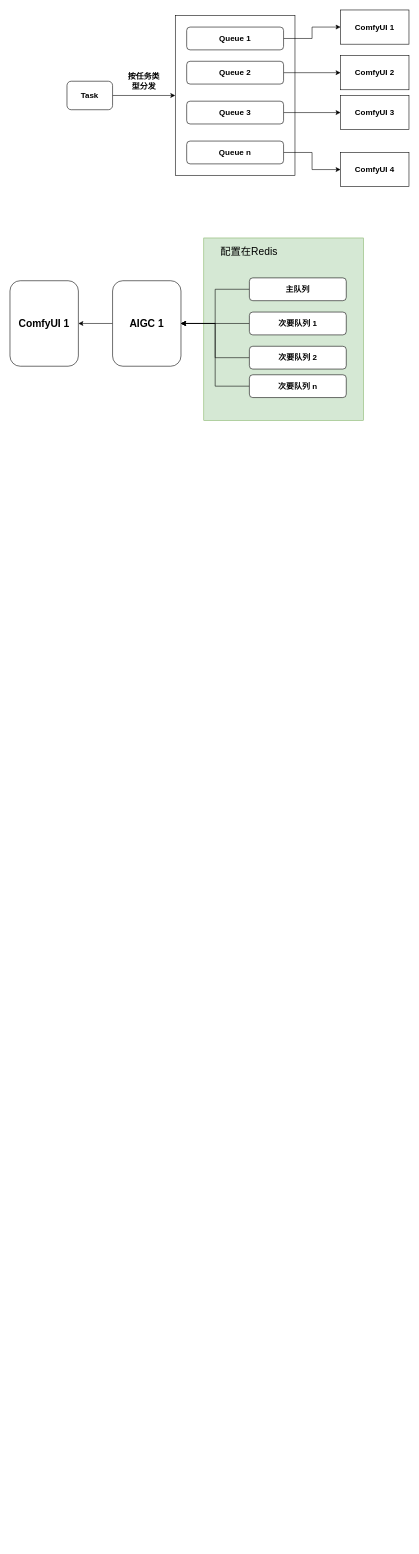
Before: longpean/AIGC服务监控预警.drawio in GitHeP/diagrams, a draw.io diagram. Source tidied: cells renumbered, new cells numbered last; positions are measured from the earlier drawing's top-left corner, leaving out a move shared by most shapes. Both pictures are drawn from the tidied source at 57%, with x=0, y=0 at pixel (10, 10).
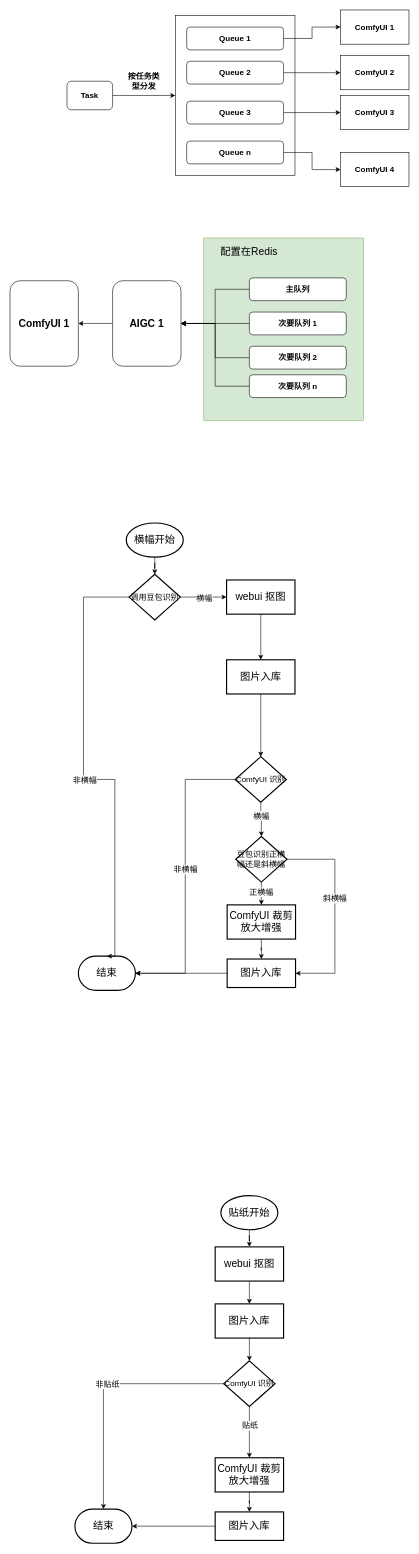
The same diagram, later.

Commit message:
更新AIGC服务监控预警.drawio

Diff of the diagram source:
```diff
@@
+    <mxCell id="31" style="edgeStyle=orthogonalEdgeStyle;rounded=0;jettySize=auto;html=1;" parent="1" edge="1" source="32" target="35">
+      <mxGeometry relative="1" as="geometry" />
+    </mxCell>
+    <mxCell id="32" value="&lt;font style=&quot;font-size: 18px;&quot;&gt;横幅开始&lt;/font&gt;" style="strokeWidth=2;html=1;shape=mxgraph.flowchart.start_1;whiteSpace=wrap;" parent="1" vertex="1">
+      <mxGeometry x="204" y="900" width="100" height="60" as="geometry" />
+    </mxCell>
+    <mxCell id="33" style="edgeStyle=orthogonalEdgeStyle;rounded=0;jettySize=auto;html=1;" parent="1" edge="1" source="35" target="40">
+      <mxGeometry relative="1" as="geometry" />
+    </mxCell>
+    <mxCell id="34" value="&lt;font style=&quot;font-size: 14px;&quot;&gt;横幅&lt;/font&gt;" style="edgeLabel;html=1;align=center;verticalAlign=middle;" parent="33" vertex="1">
+      <mxGeometry x="0.01" y="-2" relative="1" as="geometry" />
+    </mxCell>
+    <mxCell id="35" value="&lt;font style=&quot;font-size: 14px;&quot;&gt;调用豆包识别&lt;/font&gt;" style="rhombus;whiteSpace=wrap;html=1;strokeWidth=2;" parent="1" vertex="1">
+      <mxGeometry x="209" y="990" width="90" height="80" as="geometry" />
+    </mxCell>
+    <mxCell id="36" value="&lt;font style=&quot;font-size: 18px;&quot;&gt;结束&lt;/font&gt;" style="strokeWidth=2;html=1;shape=mxgraph.flowchart.terminator;whiteSpace=wrap;" parent="1" vertex="1">
+      <mxGeometry x="120" y="1660" width="100" height="60" as="geometry" />
+    </mxCell>
+    <mxCell id="37" style="edgeStyle=orthogonalEdgeStyle;rounded=0;jettySize=auto;html=1;entryX=0.5;entryY=0;entryDx=0;entryDy=0;entryPerimeter=0;exitX=0;exitY=0.5;exitDx=0;exitDy=0;" parent="1" edge="1" source="35" target="36">
+      <mxGeometry relative="1" as="geometry">
+        <Array as="points">
+          <mxPoint x="129" y="1030" />
+          <mxPoint x="129" y="1350" />
+          <mxPoint x="184" y="1350" />
+        </Array>
+      </mxGeometry>
+    </mxCell>
+    <mxCell id="38" value="&lt;font style=&quot;font-size: 14px;&quot;&gt;非横幅&lt;/font&gt;" style="edgeLabel;html=1;align=center;verticalAlign=middle;" parent="37" vertex="1">
+      <mxGeometry x="0.03" relative="1" as="geometry" />
+    </mxCell>
+    <mxCell id="39" style="edgeStyle=orthogonalEdgeStyle;rounded=0;jettySize=auto;html=1;" parent="1" edge="1" source="40" target="42">
+      <mxGeometry relative="1" as="geometry" />
+    </mxCell>
+    <mxCell id="40" value="&lt;font style=&quot;font-size: 18px;&quot;&gt;webui 抠图&lt;/font&gt;" style="whiteSpace=wrap;html=1;strokeWidth=2;" parent="1" vertex="1">
+      <mxGeometry x="380" y="1000" width="120" height="60" as="geometry" />
+    </mxCell>
+    <mxCell id="41" style="edgeStyle=orthogonalEdgeStyle;rounded=0;jettySize=auto;html=1;" parent="1" edge="1" source="42" target="45">
+      <mxGeometry relative="1" as="geometry" />
+    </mxCell>
+    <mxCell id="42" value="&lt;font style=&quot;font-size: 18px;&quot;&gt;图片入库&lt;/font&gt;" style="whiteSpace=wrap;html=1;strokeWidth=2;" parent="1" vertex="1">
+      <mxGeometry x="380" y="1140" width="120" height="60" as="geometry" />
+    </mxCell>
+    <mxCell id="43" style="edgeStyle=orthogonalEdgeStyle;rounded=0;jettySize=auto;html=1;entryX=0.5;entryY=0;entryDx=0;entryDy=0;entryPerimeter=0;" parent="1" edge="1" source="45" target="72">
+      <mxGeometry relative="1" as="geometry" />
+    </mxCell>
+    <mxCell id="44" value="&lt;font style=&quot;font-size: 14px;&quot;&gt;横幅&lt;/font&gt;" style="edgeLabel;html=1;align=center;verticalAlign=middle;" parent="43" vertex="1">
+      <mxGeometry x="-0.33" relative="1" as="geometry">
+        <mxPoint y="3" as="offset" />
+      </mxGeometry>
+    </mxCell>
+    <mxCell id="45" value="&lt;font style=&quot;font-size: 14px;&quot;&gt;ComfyUI 识别&lt;/font&gt;" style="rhombus;whiteSpace=wrap;html=1;strokeWidth=2;" parent="1" vertex="1">
+      <mxGeometry x="395" y="1310" width="90" height="80" as="geometry" />
+    </mxCell>
+    <mxCell id="46" style="edgeStyle=orthogonalEdgeStyle;rounded=0;jettySize=auto;html=1;entryX=1;entryY=0.5;entryDx=0;entryDy=0;entryPerimeter=0;" parent="1" edge="1" source="45" target="36">
+      <mxGeometry relative="1" as="geometry" />
+    </mxCell>
+    <mxCell id="47" value="&lt;font style=&quot;font-size: 14px;&quot;&gt;非横幅&lt;/font&gt;" style="edgeLabel;html=1;align=center;verticalAlign=middle;" parent="46" vertex="1">
+      <mxGeometry x="-0.05" relative="1" as="geometry" />
+    </mxCell>
+    <mxCell id="48" style="edgeStyle=orthogonalEdgeStyle;rounded=0;jettySize=auto;html=1;" parent="1" edge="1" source="49" target="50">
+      <mxGeometry relative="1" as="geometry" />
+    </mxCell>
+    <mxCell id="49" value="&lt;font style=&quot;font-size: 18px;&quot;&gt;ComfyUI 裁剪放大增强&lt;/font&gt;" style="whiteSpace=wrap;html=1;strokeWidth=2;" parent="1" vertex="1">
+      <mxGeometry x="381" y="1570" width="120" height="60" as="geometry" />
+    </mxCell>
+    <mxCell id="50" value="&lt;font style=&quot;font-size: 18px;&quot;&gt;图片入库&lt;/font&gt;" style="whiteSpace=wrap;html=1;strokeWidth=2;" parent="1" vertex="1">
+      <mxGeometry x="381" y="1665" width="120" height="50" as="geometry" />
+    </mxCell>
+    <mxCell id="51" style="edgeStyle=orthogonalEdgeStyle;rounded=0;jettySize=auto;html=1;entryX=1;entryY=0.5;entryDx=0;entryDy=0;entryPerimeter=0;" parent="1" edge="1" source="50" target="36">
+      <mxGeometry relative="1" as="geometry" />
+    </mxCell>
+    <mxCell id="52" style="edgeStyle=orthogonalEdgeStyle;rounded=0;jettySize=auto;html=1;" parent="1" edge="1" source="53" target="56">
+      <mxGeometry relative="1" as="geometry" />
+    </mxCell>
+    <mxCell id="53" value="&lt;font style=&quot;font-size: 18px;&quot;&gt;贴纸开始&lt;/font&gt;" style="strokeWidth=2;html=1;shape=mxgraph.flowchart.start_1;whiteSpace=wrap;" parent="1" vertex="1">
+      <mxGeometry x="370" y="2080" width="100" height="60" as="geometry" />
+    </mxCell>
+    <mxCell id="54" value="&lt;font style=&quot;font-size: 18px;&quot;&gt;结束&lt;/font&gt;" style="strokeWidth=2;html=1;shape=mxgraph.flowchart.terminator;whiteSpace=wrap;" parent="1" vertex="1">
+      <mxGeometry x="114" y="2630" width="100" height="60" as="geometry" />
+    </mxCell>
+    <mxCell id="55" style="edgeStyle=orthogonalEdgeStyle;rounded=0;jettySize=auto;html=1;" parent="1" edge="1" source="56" target="58">
+      <mxGeometry relative="1" as="geometry" />
+    </mxCell>
+    <mxCell id="56" value="&lt;font style=&quot;font-size: 18px;&quot;&gt;webui 抠图&lt;/font&gt;" style="whiteSpace=wrap;html=1;strokeWidth=2;" parent="1" vertex="1">
+      <mxGeometry x="360" y="2170" width="120" height="60" as="geometry" />
+    </mxCell>
+    <mxCell id="57" style="edgeStyle=orthogonalEdgeStyle;rounded=0;jettySize=auto;html=1;" parent="1" edge="1" source="58" target="61">
+      <mxGeometry relative="1" as="geometry" />
+    </mxCell>
+    <mxCell id="58" value="&lt;font style=&quot;font-size: 18px;&quot;&gt;图片入库&lt;/font&gt;" style="whiteSpace=wrap;html=1;strokeWidth=2;" parent="1" vertex="1">
+      <mxGeometry x="360" y="2270" width="120" height="60" as="geometry" />
+    </mxCell>
+    <mxCell id="59" style="edgeStyle=orthogonalEdgeStyle;rounded=0;jettySize=auto;html=1;" parent="1" edge="1" source="61" target="65">
+      <mxGeometry relative="1" as="geometry" />
+    </mxCell>
+    <mxCell id="60" value="&lt;font style=&quot;font-size: 14px;&quot;&gt;贴纸&lt;/font&gt;" style="edgeLabel;html=1;align=center;verticalAlign=middle;" parent="59" vertex="1">
+      <mxGeometry x="-0.33" relative="1" as="geometry">
+        <mxPoint y="3" as="offset" />
+      </mxGeometry>
+    </mxCell>
+    <mxCell id="61" value="&lt;font style=&quot;font-size: 14px;&quot;&gt;ComfyUI 识别&lt;/font&gt;" style="rhombus;whiteSpace=wrap;html=1;strokeWidth=2;" parent="1" vertex="1">
+      <mxGeometry x="375" y="2370" width="90" height="80" as="geometry" />
+    </mxCell>
+    <mxCell id="62" style="edgeStyle=orthogonalEdgeStyle;rounded=0;jettySize=auto;html=1;entryX=0.5;entryY=0;entryDx=0;entryDy=0;entryPerimeter=0;" parent="1" edge="1" source="61" target="54">
+      <mxGeometry relative="1" as="geometry" />
+    </mxCell>
+    <mxCell id="63" value="&lt;font style=&quot;font-size: 14px;&quot;&gt;非贴纸&lt;/font&gt;" style="edgeLabel;html=1;align=center;verticalAlign=middle;" parent="62" vertex="1">
+      <mxGeometry x="-0.05" relative="1" as="geometry" />
+    </mxCell>
+    <mxCell id="64" style="edgeStyle=orthogonalEdgeStyle;rounded=0;jettySize=auto;html=1;" parent="1" edge="1" source="65" target="66">
+      <mxGeometry relative="1" as="geometry" />
+    </mxCell>
+    <mxCell id="65" value="&lt;font style=&quot;font-size: 18px;&quot;&gt;ComfyUI 裁剪放大增强&lt;/font&gt;" style="whiteSpace=wrap;html=1;strokeWidth=2;" parent="1" vertex="1">
+      <mxGeometry x="360" y="2540" width="120" height="60" as="geometry" />
+    </mxCell>
+    <mxCell id="66" value="&lt;font style=&quot;font-size: 18px;&quot;&gt;图片入库&lt;/font&gt;" style="whiteSpace=wrap;html=1;strokeWidth=2;" parent="1" vertex="1">
+      <mxGeometry x="360" y="2635" width="120" height="50" as="geometry" />
+    </mxCell>
+    <mxCell id="67" style="edgeStyle=orthogonalEdgeStyle;rounded=0;jettySize=auto;html=1;entryX=1;entryY=0.5;entryDx=0;entryDy=0;entryPerimeter=0;" parent="1" edge="1" source="66" target="54">
+      <mxGeometry relative="1" as="geometry" />
+    </mxCell>
+    <mxCell id="68" style="edgeStyle=orthogonalEdgeStyle;rounded=0;jettySize=auto;html=1;entryX=0.5;entryY=0;entryDx=0;entryDy=0;" parent="1" edge="1" source="72" target="49">
+      <mxGeometry relative="1" as="geometry" />
+    </mxCell>
+    <mxCell id="69" value="&lt;font style=&quot;font-size: 14px;&quot;&gt;正横幅&lt;/font&gt;" style="edgeLabel;html=1;align=center;verticalAlign=middle;" parent="68" vertex="1">
+      <mxGeometry x="-0.13" y="-1" relative="1" as="geometry" />
+    </mxCell>
+    <mxCell id="70" style="edgeStyle=orthogonalEdgeStyle;rounded=0;jettySize=auto;html=1;entryX=1;entryY=0.5;entryDx=0;entryDy=0;exitX=1;exitY=0.5;exitDx=0;exitDy=0;" parent="1" edge="1" source="72" target="50">
+      <mxGeometry relative="1" as="geometry">
+        <Array as="points">
+          <mxPoint x="570" y="1490" />
+          <mxPoint x="570" y="1690" />
+        </Array>
+      </mxGeometry>
+    </mxCell>
+    <mxCell id="71" value="&lt;font style=&quot;font-size: 14px;&quot;&gt;斜横幅&lt;/font&gt;" style="edgeLabel;html=1;align=center;verticalAlign=middle;" parent="70" vertex="1">
+      <mxGeometry x="-0.14" y="-1" relative="1" as="geometry" />
+    </mxCell>
+    <mxCell id="72" value="&lt;font style=&quot;font-size: 14px;&quot;&gt;豆包识别正横幅还是斜横幅&lt;/font&gt;" style="rhombus;whiteSpace=wrap;html=1;strokeWidth=2;" parent="1" vertex="1">
+      <mxGeometry x="396" y="1450" width="90" height="80" as="geometry" />
+    </mxCell>
```
